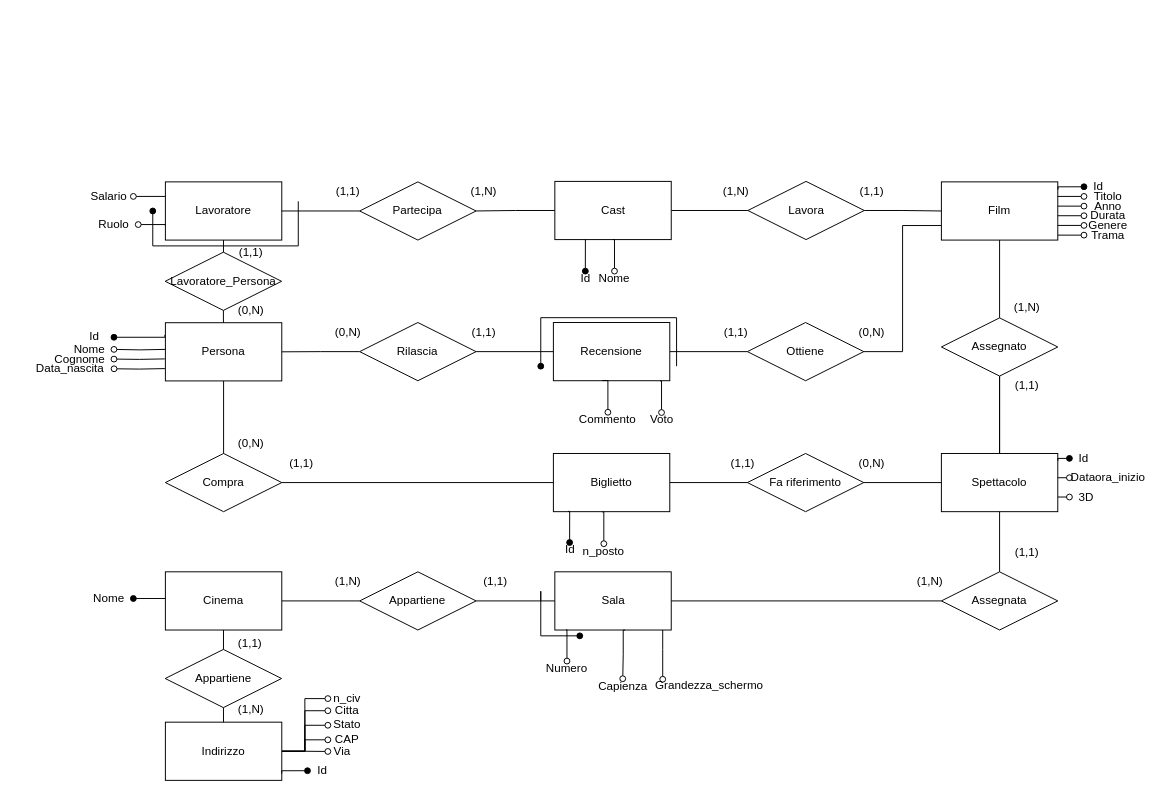
Above: SchemaER_Rev.drawio in ToldoDM/UDBP (draw.io), before the change. Source tidied: cells renumbered, new cells numbered last; positions are measured from the earlier drawing's top-left corner, leaving out a move shared by most shapes. Both pictures are drawn from the tidied source at 97%, with x=0, y=0 at pixel (16, 16).
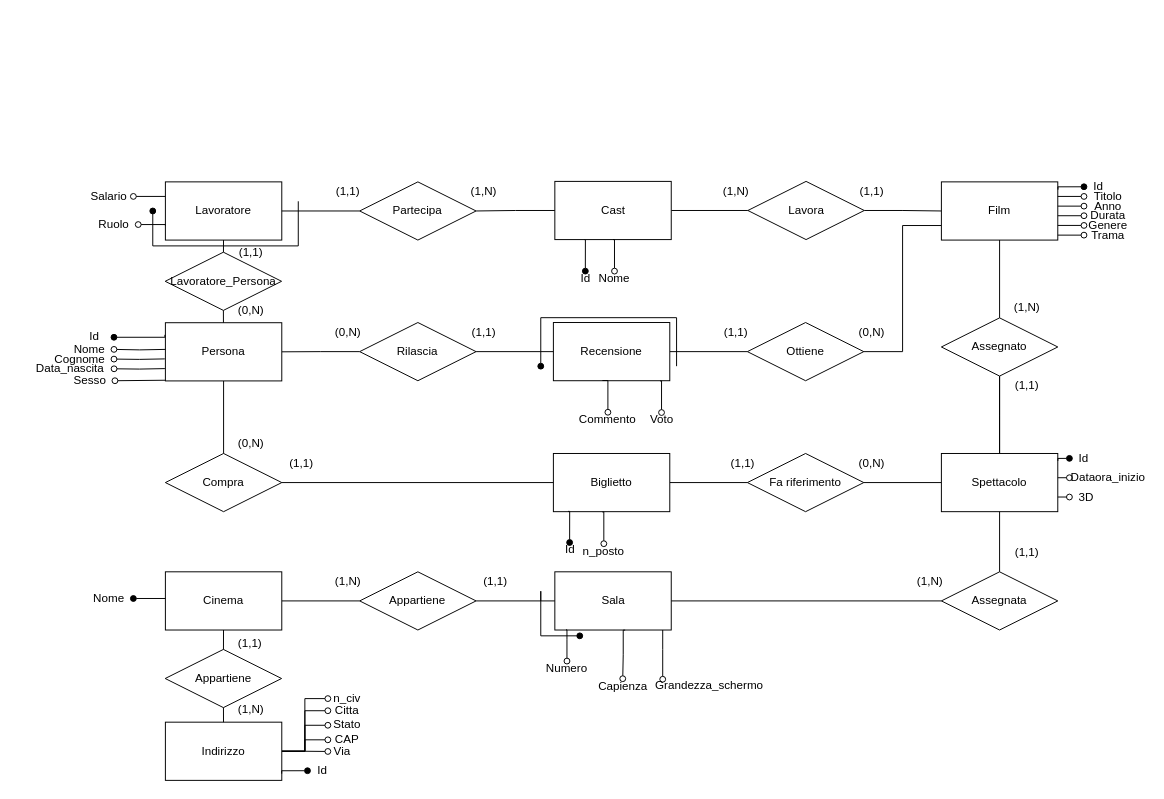
The same page after the edit.

The edit, as a diff of the source:
```diff
@@
+    <mxCell id="134" style="edgeStyle=orthogonalEdgeStyle;rounded=0;jettySize=auto;html=1;exitX=0;exitY=0.5;exitDx=0;exitDy=0;endArrow=oval;endFill=0;entryX=1;entryY=0.5;entryDx=0;entryDy=0;" parent="1" edge="1" target="135">
+      <mxGeometry relative="1" as="geometry">
+        <mxPoint x="153" y="374.5" as="sourcePoint" />
+      </mxGeometry>
+    </mxCell>
+    <mxCell id="135" value="Sesso" style="text;html=1;strokeColor=none;fillColor=none;align=center;verticalAlign=middle;whiteSpace=wrap;rounded=0;" parent="1" vertex="1">
+      <mxGeometry x="50" y="370" width="51" height="10" as="geometry" />
+    </mxCell>
```
